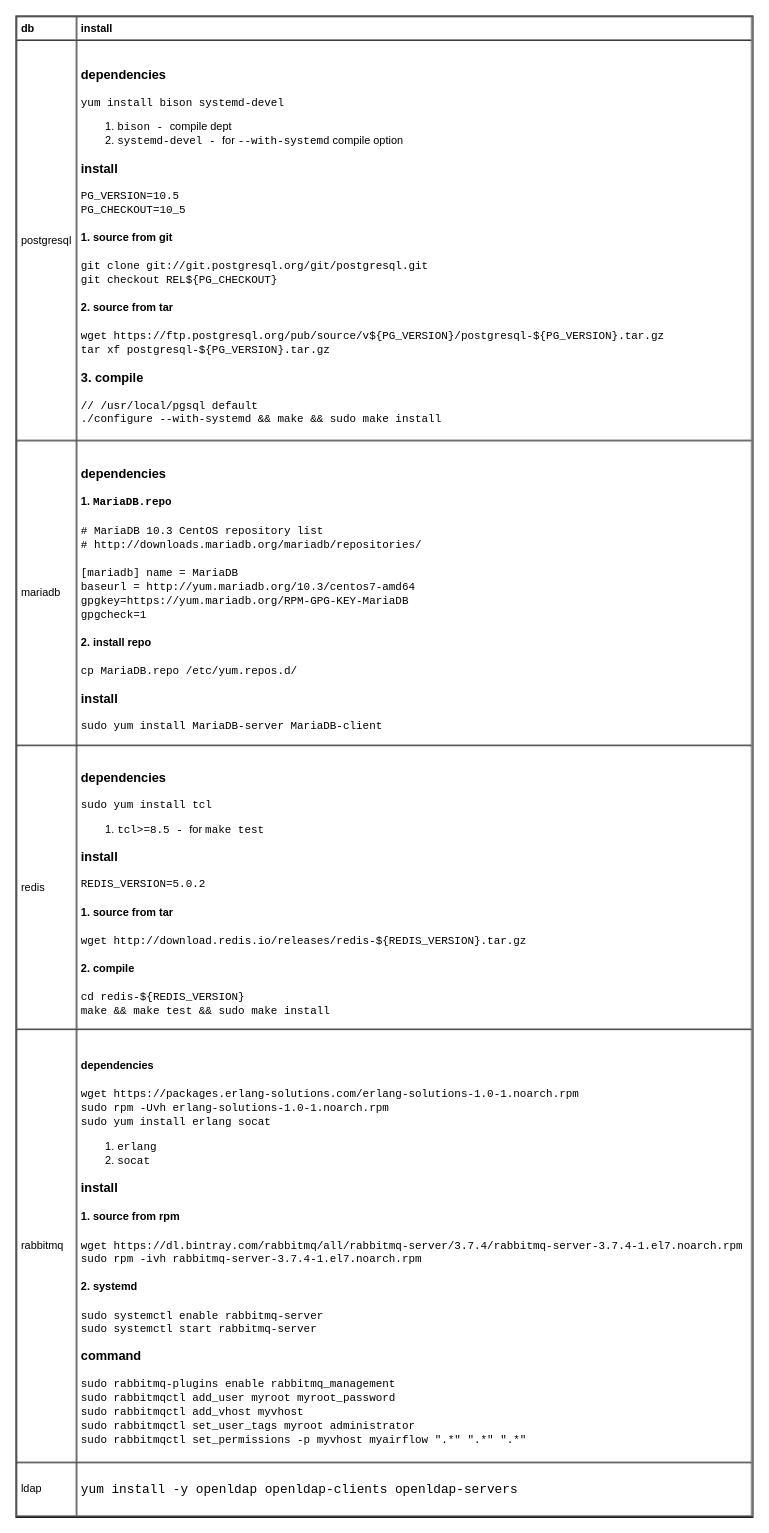
yangdj/tf_docs keeps this draw.io diagram as page "install" (1 of 5) of db/db.drawio. Above is the earlier version. Source tidied: cells renumbered, new cells numbered last; positions are measured from the earlier drawing's top-left corner, leaving out a move shared by most shapes. Both pictures are drawn from the tidied source at 91%, with x=0, y=0 at pixel (15, 15).
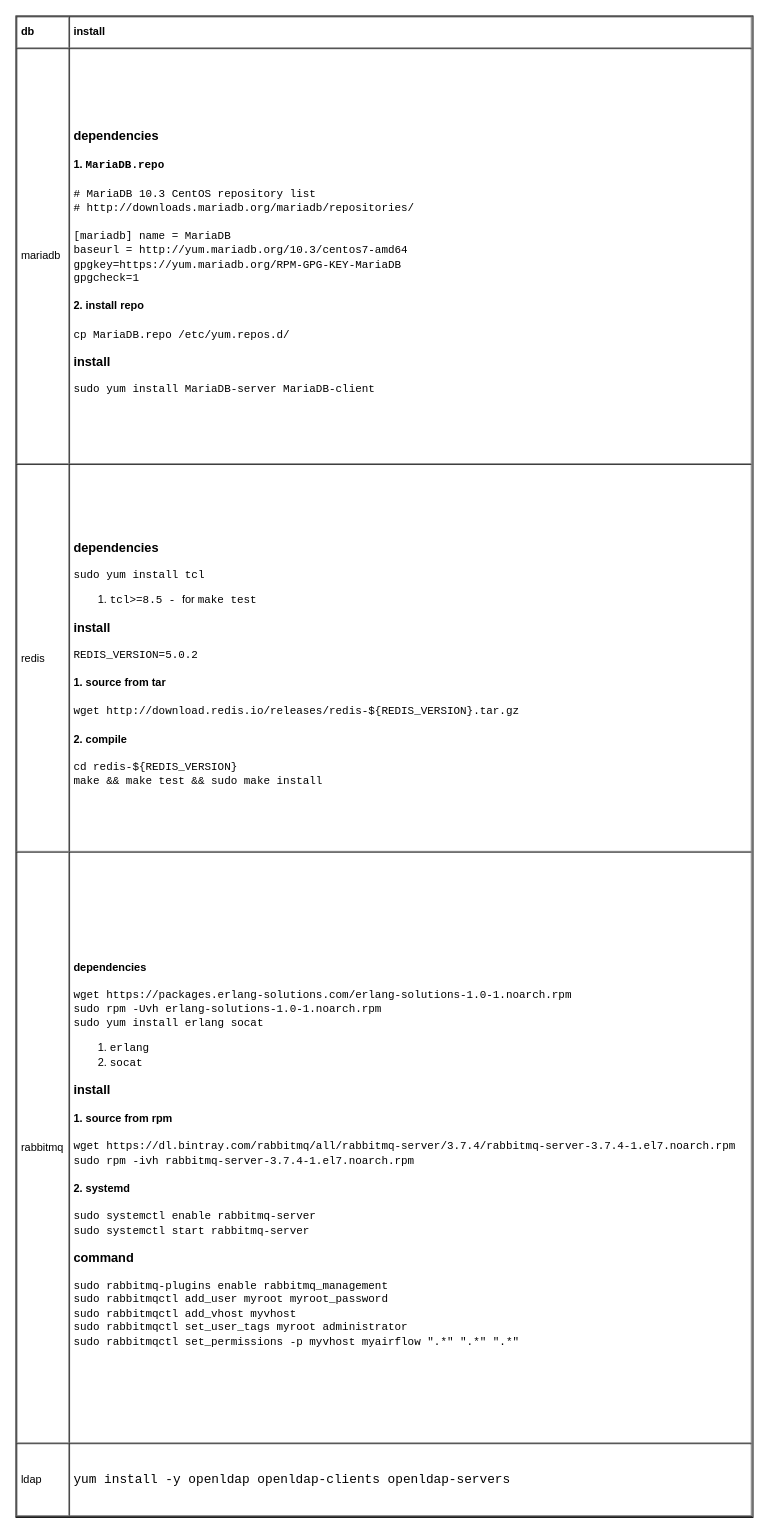
After the change.

What changed in the source:
```diff
@@
 <mxGraphModel>
   <root>
     <mxCell id="0" />
     <mxCell id="1" parent="0" />
-    <mxCell id="2" value="&lt;table cellpadding=&quot;4&quot; cellspacing=&quot;0&quot; border=&quot;1&quot; style=&quot;font-size: 1em ; width: 100% ; height: 100%&quot;&gt;&lt;tbody&gt;&lt;tr&gt;&lt;th&gt;db&lt;/th&gt;&lt;th&gt;install&lt;/th&gt;&lt;/tr&gt;&lt;tr&gt;&lt;td&gt;postgresql&lt;/td&gt;&lt;td&gt;&lt;h3&gt;dependencies&lt;/h3&gt;&lt;div&gt;&lt;span style=&quot;font-family: &amp;#34;courier new&amp;#34; ; font-size: 1em&quot;&gt;yum install bison systemd-devel&lt;/span&gt;&lt;br&gt;&lt;/div&gt;&lt;div&gt;&lt;div&gt;&lt;ol&gt;&lt;li&gt;&lt;font face=&quot;Courier New&quot;&gt;bison - &lt;/font&gt;compile dept&lt;/li&gt;&lt;li&gt;&lt;font face=&quot;Courier New&quot;&gt;systemd-devel -&amp;nbsp;&lt;/font&gt;for&amp;nbsp;&lt;font face=&quot;Courier New&quot;&gt;--with-systemd&lt;/font&gt;&amp;nbsp;compile option&lt;/li&gt;&lt;/ol&gt;&lt;/div&gt;&lt;/div&gt;&lt;h3&gt;install&lt;/h3&gt;&lt;div&gt;&lt;div&gt;&lt;font face=&quot;Courier New&quot;&gt;PG_VERSION=10.5&lt;/font&gt;&lt;/div&gt;&lt;div&gt;&lt;font face=&quot;Courier New&quot;&gt;PG_CHECKOUT=10_5&lt;/font&gt;&lt;/div&gt;&lt;/div&gt;&lt;h4&gt;1. source from git&lt;/h4&gt;&lt;div&gt;&lt;font face=&quot;Courier New&quot;&gt;git clone git://git.postgresql.org/git/postgresql.git&lt;br&gt;&lt;/font&gt;&lt;/div&gt;&lt;div&gt;&lt;font face=&quot;Courier New&quot;&gt;git checkout REL${PG_CHECKOUT}&lt;/font&gt;&lt;/div&gt;&lt;h4&gt;2. source from tar&lt;/h4&gt;&lt;div&gt;&lt;font face=&quot;Courier New&quot;&gt;wget https://ftp.postgresql.org/pub/source/v${PG_VERSION}/postgresql-${PG_VERSION}.tar.gz&lt;/font&gt;&lt;/div&gt;&lt;div&gt;&lt;font face=&quot;Courier New&quot;&gt;tar xf postgresql-${PG_VERSION}.tar.gz&lt;br&gt;&lt;/font&gt;&lt;/div&gt;&lt;h3&gt;3. compile&lt;/h3&gt;&lt;div&gt;&lt;font face=&quot;Courier New&quot;&gt;// &lt;/font&gt;&lt;span&gt;&lt;font face=&quot;Courier New&quot;&gt;/usr/local/pgsql default&lt;/font&gt;&lt;/span&gt;&lt;/div&gt;&lt;div&gt;&lt;font face=&quot;Courier New&quot;&gt;./configure --with-systemd &amp;amp;&amp;amp; make &amp;amp;&amp;amp; sudo make install&lt;br&gt;&lt;/font&gt;&lt;/div&gt;&lt;/td&gt;&lt;/tr&gt;&lt;tr&gt;&lt;td&gt;mariadb&lt;/td&gt;&lt;td&gt;&lt;h3&gt;dependencies&lt;/h3&gt;&lt;h4&gt;1. &lt;font face=&quot;Courier New&quot;&gt;MariaDB.repo&lt;/font&gt;&lt;/h4&gt;&lt;div&gt;&lt;font face=&quot;Courier New&quot;&gt;# MariaDB 10.3 CentOS repository list&lt;/font&gt;&lt;/div&gt;&lt;div&gt;&lt;font face=&quot;Courier New&quot;&gt;# http://downloads.mariadb.org/mariadb/repositories/&lt;/font&gt;&lt;/div&gt;&lt;div&gt;&lt;font face=&quot;Courier New&quot;&gt;&lt;br&gt;&lt;/font&gt;&lt;/div&gt;&lt;div&gt;&lt;font face=&quot;Courier New&quot;&gt;[mariadb] name = MariaDB&lt;/font&gt;&lt;/div&gt;&lt;div&gt;&lt;font face=&quot;Courier New&quot;&gt;baseurl = http://yum.mariadb.org/10.3/centos7-amd64&amp;nbsp;&lt;/font&gt;&lt;/div&gt;&lt;div&gt;&lt;font face=&quot;Courier New&quot;&gt;gpgkey=https://yum.mariadb.org/RPM-GPG-KEY-MariaDB&lt;/font&gt;&lt;/div&gt;&lt;div&gt;&lt;font face=&quot;Courier New&quot;&gt;gpgcheck=1&lt;/font&gt;&lt;/div&gt;&lt;h4&gt;2. install repo&lt;/h4&gt;&lt;div&gt;&lt;font face=&quot;Courier New&quot;&gt;cp MariaDB.repo /etc/yum.repos.d/&lt;/font&gt;&lt;/div&gt;&lt;h3&gt;install&lt;/h3&gt;&lt;div&gt;&lt;font face=&quot;Courier New&quot;&gt;sudo yum install MariaDB-server MariaDB-client&lt;/font&gt;&lt;br&gt;&lt;/div&gt;&lt;/td&gt;&lt;/tr&gt;&lt;tr&gt;&lt;td&gt;redis&lt;/td&gt;&lt;td&gt;&lt;h3&gt;dependencies&lt;/h3&gt;&lt;div&gt;&lt;span style=&quot;font-family: &amp;#34;courier new&amp;#34; ; font-size: 1em&quot;&gt;sudo yum install tcl&lt;/span&gt;&lt;br&gt;&lt;/div&gt;&lt;div&gt;&lt;ol&gt;&lt;li&gt;&lt;font face=&quot;Courier New&quot;&gt;tcl&amp;gt;=8.5 - &lt;/font&gt;for &lt;font face=&quot;Courier New&quot;&gt;make test&lt;br&gt;&lt;/font&gt;&lt;/li&gt;&lt;/ol&gt;&lt;/div&gt;&lt;h3&gt;install&lt;/h3&gt;&lt;div&gt;&lt;font face=&quot;Courier New&quot;&gt;REDIS_VERSION=5.0.2&lt;/font&gt;&lt;/div&gt;&lt;h4&gt;1. source from tar&lt;/h4&gt;&lt;div&gt;&lt;font face=&quot;Courier New&quot;&gt;wget http://download.redis.io/releases/redis-${REDIS_VERSION}.tar.gz&lt;br&gt;&lt;/font&gt;&lt;/div&gt;&lt;h4&gt;2. compile&lt;/h4&gt;&lt;div&gt;&lt;font face=&quot;Courier New&quot;&gt;cd redis-${REDIS_VERSION}&lt;/font&gt;&lt;/div&gt;&lt;div&gt;&lt;font face=&quot;Courier New&quot;&gt;make &amp;amp;&amp;amp; make test &amp;amp;&amp;amp; sudo make install&lt;/font&gt;&lt;/div&gt;&lt;/td&gt;&lt;/tr&gt;&lt;tr&gt;&lt;td&gt;rabbitmq&lt;/td&gt;&lt;td&gt;&lt;h4&gt;dependencies&lt;/h4&gt;&lt;div&gt;&lt;font face=&quot;Courier New&quot;&gt;wget https://packages.erlang-solutions.com/erlang-solutions-1.0-1.noarch.rpm&lt;/font&gt;&lt;/div&gt;&lt;div&gt;&lt;font face=&quot;Courier New&quot;&gt;sudo rpm -Uvh erlang-solutions-1.0-1.noarch.rpm&lt;/font&gt;&lt;br&gt;&lt;/div&gt;&lt;div&gt;&lt;font face=&quot;Courier New&quot;&gt;sudo yum install erlang socat&lt;br&gt;&lt;/font&gt;&lt;/div&gt;&lt;div&gt;&lt;ol&gt;&lt;li&gt;&lt;span style=&quot;font-family: &amp;#34;courier new&amp;#34; ; font-size: 1em&quot;&gt;erlang&lt;/span&gt;&lt;br&gt;&lt;/li&gt;&lt;li&gt;&lt;span style=&quot;font-family: &amp;#34;courier new&amp;#34; ; font-size: 1em&quot;&gt;socat&lt;/span&gt;&lt;/li&gt;&lt;/ol&gt;&lt;h3&gt;install&lt;/h3&gt;&lt;/div&gt;&lt;h4&gt;1. source from rpm&lt;/h4&gt;&lt;div&gt;&lt;font face=&quot;Courier New&quot;&gt;wget https://dl.bintray.com/rabbitmq/all/rabbitmq-server/3.7.4/rabbitmq-server-3.7.4-1.el7.noarch.rpm&lt;br&gt;&lt;/font&gt;&lt;/div&gt;&lt;div&gt;&lt;font face=&quot;Courier New&quot;&gt;sudo rpm -ivh rabbitmq-server-3.7.4-1.el7.noarch.rpm&lt;/font&gt;&lt;/div&gt;&lt;h4&gt;2. systemd&lt;/h4&gt;&lt;div&gt;&lt;div&gt;&lt;font face=&quot;Courier New&quot;&gt;sudo systemctl enable rabbitmq-server&lt;/font&gt;&lt;/div&gt;&lt;div&gt;&lt;font face=&quot;Courier New&quot;&gt;sudo systemctl start rabbitmq-server&lt;/font&gt;&lt;/div&gt;&lt;/div&gt;&lt;h3&gt;command&lt;/h3&gt;&lt;div&gt;&lt;font face=&quot;Courier New&quot;&gt;sudo rabbitmq-plugins enable rabbitmq_management&lt;/font&gt;&lt;/div&gt;&lt;div&gt;&lt;font face=&quot;Courier New&quot;&gt;sudo rabbitmqctl add_user myroot myroot_password&lt;/font&gt;&lt;/div&gt;&lt;div&gt;&lt;span style=&quot;font-family: &amp;#34;courier new&amp;#34;&quot;&gt;sudo rabbitmqctl add_vhost myvhost&lt;/span&gt;&lt;font face=&quot;Courier New&quot;&gt;&lt;br&gt;&lt;/font&gt;&lt;/div&gt;&lt;div&gt;&lt;font face=&quot;Courier New&quot;&gt;sudo rabbitmqctl set_user_tags myroot administrator&lt;/font&gt;&lt;br&gt;&lt;/div&gt;&lt;div&gt;&lt;span style=&quot;font-family: &amp;#34;courier new&amp;#34;&quot;&gt;sudo rabbitmqctl set_permissions -p myvhost myairflow &quot;.*&quot; &quot;.*&quot; &quot;.*&quot;&lt;/span&gt;&lt;/div&gt;&lt;/td&gt;&lt;/tr&gt;&lt;tr&gt;&lt;td&gt;ldap&lt;/td&gt;&lt;td&gt;&lt;h3&gt;&lt;span style=&quot;font-family: &amp;#34;courier new&amp;#34; ; font-size: 1em ; font-weight: normal&quot;&gt;yum install -y openldap openldap-clients openldap-servers&lt;/span&gt;&lt;br&gt;&lt;/h3&gt;&lt;/td&gt;&lt;/tr&gt;&lt;/tbody&gt;&lt;/table&gt; " style="verticalAlign=top;align=left;overflow=fill;fontSize=12;fontFamily=Helvetica;html=1;" parent="1" vertex="1">
+    <mxCell id="2" value="&lt;table cellpadding=&quot;4&quot; cellspacing=&quot;0&quot; border=&quot;1&quot; style=&quot;font-size: 1em ; width: 100% ; height: 100%&quot;&gt;&lt;tbody&gt;&lt;tr&gt;&lt;th&gt;db&lt;/th&gt;&lt;th&gt;install&lt;/th&gt;&lt;/tr&gt;&lt;tr&gt;&lt;td&gt;mariadb&lt;/td&gt;&lt;td&gt;&lt;h3&gt;dependencies&lt;/h3&gt;&lt;h4&gt;1. &lt;font face=&quot;Courier New&quot;&gt;MariaDB.repo&lt;/font&gt;&lt;/h4&gt;&lt;div&gt;&lt;font face=&quot;Courier New&quot;&gt;# MariaDB 10.3 CentOS repository list&lt;/font&gt;&lt;/div&gt;&lt;div&gt;&lt;font face=&quot;Courier New&quot;&gt;# http://downloads.mariadb.org/mariadb/repositories/&lt;/font&gt;&lt;/div&gt;&lt;div&gt;&lt;font face=&quot;Courier New&quot;&gt;&lt;br&gt;&lt;/font&gt;&lt;/div&gt;&lt;div&gt;&lt;font face=&quot;Courier New&quot;&gt;[mariadb] name = MariaDB&lt;/font&gt;&lt;/div&gt;&lt;div&gt;&lt;font face=&quot;Courier New&quot;&gt;baseurl = http://yum.mariadb.org/10.3/centos7-amd64&amp;nbsp;&lt;/font&gt;&lt;/div&gt;&lt;div&gt;&lt;font face=&quot;Courier New&quot;&gt;gpgkey=https://yum.mariadb.org/RPM-GPG-KEY-MariaDB&lt;/font&gt;&lt;/div&gt;&lt;div&gt;&lt;font face=&quot;Courier New&quot;&gt;gpgcheck=1&lt;/font&gt;&lt;/div&gt;&lt;h4&gt;2. install repo&lt;/h4&gt;&lt;div&gt;&lt;font face=&quot;Courier New&quot;&gt;cp MariaDB.repo /etc/yum.repos.d/&lt;/font&gt;&lt;/div&gt;&lt;h3&gt;install&lt;/h3&gt;&lt;div&gt;&lt;font face=&quot;Courier New&quot;&gt;sudo yum install MariaDB-server MariaDB-client&lt;/font&gt;&lt;br&gt;&lt;/div&gt;&lt;/td&gt;&lt;/tr&gt;&lt;tr&gt;&lt;td&gt;redis&lt;/td&gt;&lt;td&gt;&lt;h3&gt;dependencies&lt;/h3&gt;&lt;div&gt;&lt;span style=&quot;font-family: &amp;#34;courier new&amp;#34; ; font-size: 1em&quot;&gt;sudo yum install tcl&lt;/span&gt;&lt;br&gt;&lt;/div&gt;&lt;div&gt;&lt;ol&gt;&lt;li&gt;&lt;font face=&quot;Courier New&quot;&gt;tcl&amp;gt;=8.5 - &lt;/font&gt;for &lt;font face=&quot;Courier New&quot;&gt;make test&lt;br&gt;&lt;/font&gt;&lt;/li&gt;&lt;/ol&gt;&lt;/div&gt;&lt;h3&gt;install&lt;/h3&gt;&lt;div&gt;&lt;font face=&quot;Courier New&quot;&gt;REDIS_VERSION=5.0.2&lt;/font&gt;&lt;/div&gt;&lt;h4&gt;1. source from tar&lt;/h4&gt;&lt;div&gt;&lt;font face=&quot;Courier New&quot;&gt;wget http://download.redis.io/releases/redis-${REDIS_VERSION}.tar.gz&lt;br&gt;&lt;/font&gt;&lt;/div&gt;&lt;h4&gt;2. compile&lt;/h4&gt;&lt;div&gt;&lt;font face=&quot;Courier New&quot;&gt;cd redis-${REDIS_VERSION}&lt;/font&gt;&lt;/div&gt;&lt;div&gt;&lt;font face=&quot;Courier New&quot;&gt;make &amp;amp;&amp;amp; make test &amp;amp;&amp;amp; sudo make install&lt;/font&gt;&lt;/div&gt;&lt;/td&gt;&lt;/tr&gt;&lt;tr&gt;&lt;td&gt;rabbitmq&lt;/td&gt;&lt;td&gt;&lt;h4&gt;dependencies&lt;/h4&gt;&lt;div&gt;&lt;font face=&quot;Courier New&quot;&gt;wget https://packages.erlang-solutions.com/erlang-solutions-1.0-1.noarch.rpm&lt;/font&gt;&lt;/div&gt;&lt;div&gt;&lt;font face=&quot;Courier New&quot;&gt;sudo rpm -Uvh erlang-solutions-1.0-1.noarch.rpm&lt;/font&gt;&lt;br&gt;&lt;/div&gt;&lt;div&gt;&lt;font face=&quot;Courier New&quot;&gt;sudo yum install erlang socat&lt;br&gt;&lt;/font&gt;&lt;/div&gt;&lt;div&gt;&lt;ol&gt;&lt;li&gt;&lt;span style=&quot;font-family: &amp;#34;courier new&amp;#34; ; font-size: 1em&quot;&gt;erlang&lt;/span&gt;&lt;br&gt;&lt;/li&gt;&lt;li&gt;&lt;span style=&quot;font-family: &amp;#34;courier new&amp;#34; ; font-size: 1em&quot;&gt;socat&lt;/span&gt;&lt;/li&gt;&lt;/ol&gt;&lt;h3&gt;install&lt;/h3&gt;&lt;/div&gt;&lt;h4&gt;1. source from rpm&lt;/h4&gt;&lt;div&gt;&lt;font face=&quot;Courier New&quot;&gt;wget https://dl.bintray.com/rabbitmq/all/rabbitmq-server/3.7.4/rabbitmq-server-3.7.4-1.el7.noarch.rpm&lt;br&gt;&lt;/font&gt;&lt;/div&gt;&lt;div&gt;&lt;font face=&quot;Courier New&quot;&gt;sudo rpm -ivh rabbitmq-server-3.7.4-1.el7.noarch.rpm&lt;/font&gt;&lt;/div&gt;&lt;h4&gt;2. systemd&lt;/h4&gt;&lt;div&gt;&lt;div&gt;&lt;font face=&quot;Courier New&quot;&gt;sudo systemctl enable rabbitmq-server&lt;/font&gt;&lt;/div&gt;&lt;div&gt;&lt;font face=&quot;Courier New&quot;&gt;sudo systemctl start rabbitmq-server&lt;/font&gt;&lt;/div&gt;&lt;/div&gt;&lt;h3&gt;command&lt;/h3&gt;&lt;div&gt;&lt;font face=&quot;Courier New&quot;&gt;sudo rabbitmq-plugins enable rabbitmq_management&lt;/font&gt;&lt;/div&gt;&lt;div&gt;&lt;font face=&quot;Courier New&quot;&gt;sudo rabbitmqctl add_user myroot myroot_password&lt;/font&gt;&lt;/div&gt;&lt;div&gt;&lt;span style=&quot;font-family: &amp;#34;courier new&amp;#34;&quot;&gt;sudo rabbitmqctl add_vhost myvhost&lt;/span&gt;&lt;font face=&quot;Courier New&quot;&gt;&lt;br&gt;&lt;/font&gt;&lt;/div&gt;&lt;div&gt;&lt;font face=&quot;Courier New&quot;&gt;sudo rabbitmqctl set_user_tags myroot administrator&lt;/font&gt;&lt;br&gt;&lt;/div&gt;&lt;div&gt;&lt;span style=&quot;font-family: &amp;#34;courier new&amp;#34;&quot;&gt;sudo rabbitmqctl set_permissions -p myvhost myairflow &quot;.*&quot; &quot;.*&quot; &quot;.*&quot;&lt;/span&gt;&lt;/div&gt;&lt;/td&gt;&lt;/tr&gt;&lt;tr&gt;&lt;td&gt;ldap&lt;/td&gt;&lt;td&gt;&lt;h3&gt;&lt;span style=&quot;font-family: &amp;#34;courier new&amp;#34; ; font-size: 1em ; font-weight: normal&quot;&gt;yum install -y openldap openldap-clients openldap-servers&lt;/span&gt;&lt;br&gt;&lt;/h3&gt;&lt;/td&gt;&lt;/tr&gt;&lt;/tbody&gt;&lt;/table&gt; " style="verticalAlign=top;align=left;overflow=fill;fontSize=12;fontFamily=Helvetica;html=1;" parent="1" vertex="1">
       <mxGeometry width="810" height="1650" as="geometry" />
     </mxCell>
   </root>
 </mxGraphModel>
```
